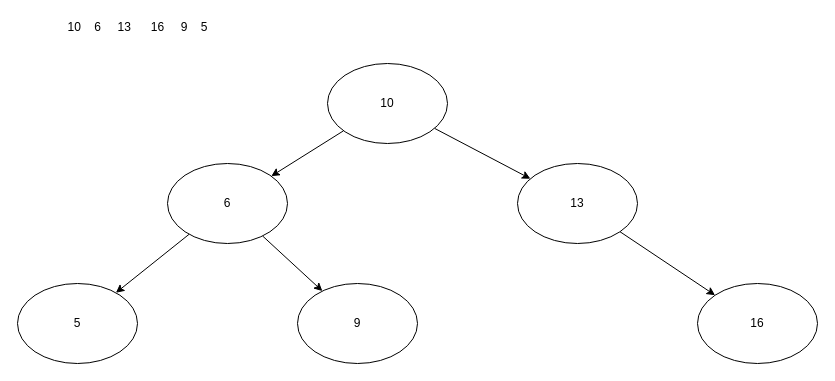
Before: page "排序二叉树" (7 of 7) of 图示.drawio in zhenchao125/data-struct1015, a draw.io diagram. Source tidied: cells renumbered, new cells numbered last; positions are measured from the earlier drawing's top-left corner, leaving out a move shared by most shapes. Both pictures are drawn from the tidied source at 100%, with x=0, y=0 at pixel (17, 17).
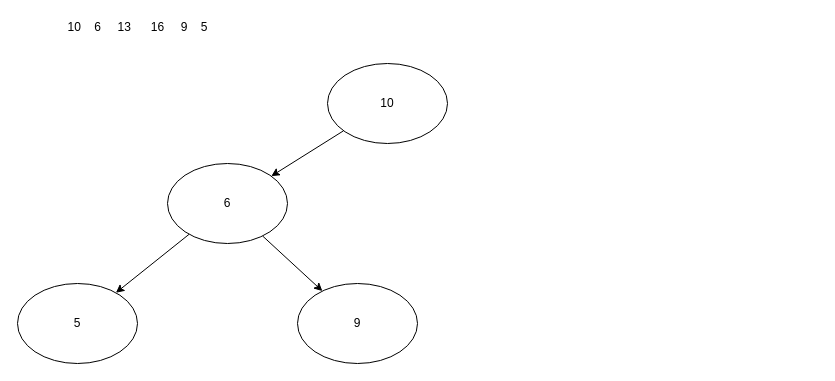
The same diagram, later.

What changed in the source:
```diff
@@
 <mxGraphModel>
   <root>
     <mxCell id="0" />
     <mxCell id="1" parent="0" />
     <mxCell id="2" style="edgeStyle=none;rounded=0;jettySize=auto;html=1;" parent="1" edge="1" source="4" target="10">
       <mxGeometry relative="1" as="geometry" />
     </mxCell>
-    <mxCell id="3" style="edgeStyle=none;rounded=0;jettySize=auto;html=1;" parent="1" edge="1" source="4" target="6">
-      <mxGeometry relative="1" as="geometry" />
-    </mxCell>
     <mxCell id="4" value="10" style="ellipse;whiteSpace=wrap;html=1;" parent="1" vertex="1">
       <mxGeometry x="310" y="46" width="120" height="80" as="geometry" />
     </mxCell>
-    <mxCell id="5" style="edgeStyle=none;rounded=0;jettySize=auto;html=1;" parent="1" edge="1" source="6" target="7">
-      <mxGeometry relative="1" as="geometry" />
-    </mxCell>
-    <mxCell id="6" value="13" style="ellipse;whiteSpace=wrap;html=1;" parent="1" vertex="1">
-      <mxGeometry x="500" y="146" width="120" height="80" as="geometry" />
-    </mxCell>
-    <mxCell id="7" value="16" style="ellipse;whiteSpace=wrap;html=1;" parent="1" vertex="1">
-      <mxGeometry x="680" y="266" width="120" height="80" as="geometry" />
-    </mxCell>
     <mxCell id="8" style="edgeStyle=none;rounded=0;jettySize=auto;html=1;" parent="1" edge="1" source="10" target="12">
       <mxGeometry relative="1" as="geometry" />
     </mxCell>
     <mxCell id="9" style="edgeStyle=none;rounded=0;jettySize=auto;html=1;" parent="1" edge="1" source="10" target="11">
       <mxGeometry relative="1" as="geometry" />
     </mxCell>
     <mxCell id="10" value="6" style="ellipse;whiteSpace=wrap;html=1;" parent="1" vertex="1">
       <mxGeometry x="150" y="146" width="120" height="80" as="geometry" />
     </mxCell>
     <mxCell id="11" value="5" style="ellipse;whiteSpace=wrap;html=1;" parent="1" vertex="1">
       <mxGeometry y="266" width="120" height="80" as="geometry" />
     </mxCell>
     <mxCell id="12" value="9" style="ellipse;whiteSpace=wrap;html=1;" parent="1" vertex="1">
       <mxGeometry x="280" y="266" width="120" height="80" as="geometry" />
     </mxCell>
     <mxCell id="13" value="10&amp;nbsp; &amp;nbsp; 6&amp;nbsp; &amp;nbsp; &amp;nbsp;13&amp;nbsp; &amp;nbsp; &amp;nbsp; 16&amp;nbsp; &amp;nbsp; &amp;nbsp;9&amp;nbsp; &amp;nbsp; 5" style="text;html=1;align=center;verticalAlign=middle;" parent="1" vertex="1">
       <mxGeometry x="40" width="160" height="20" as="geometry" />
     </mxCell>
   </root>
 </mxGraphModel>
```
